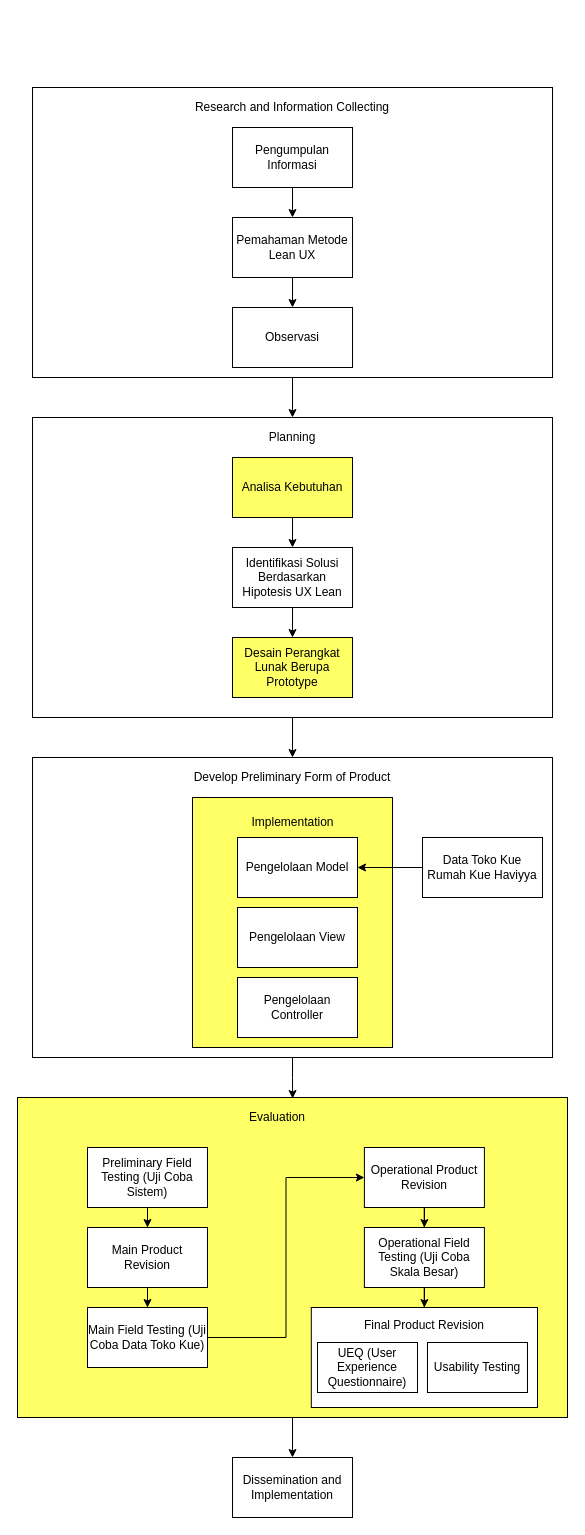
Above: desain penelitian.drawio in daffaMuttaqin/skripsi (draw.io), before the change. Source tidied: cells renumbered, new cells numbered last; positions are measured from the earlier drawing's top-left corner, leaving out a move shared by most shapes. Both pictures are drawn from the tidied source at 100%, with x=0, y=0 at pixel (17, 87).
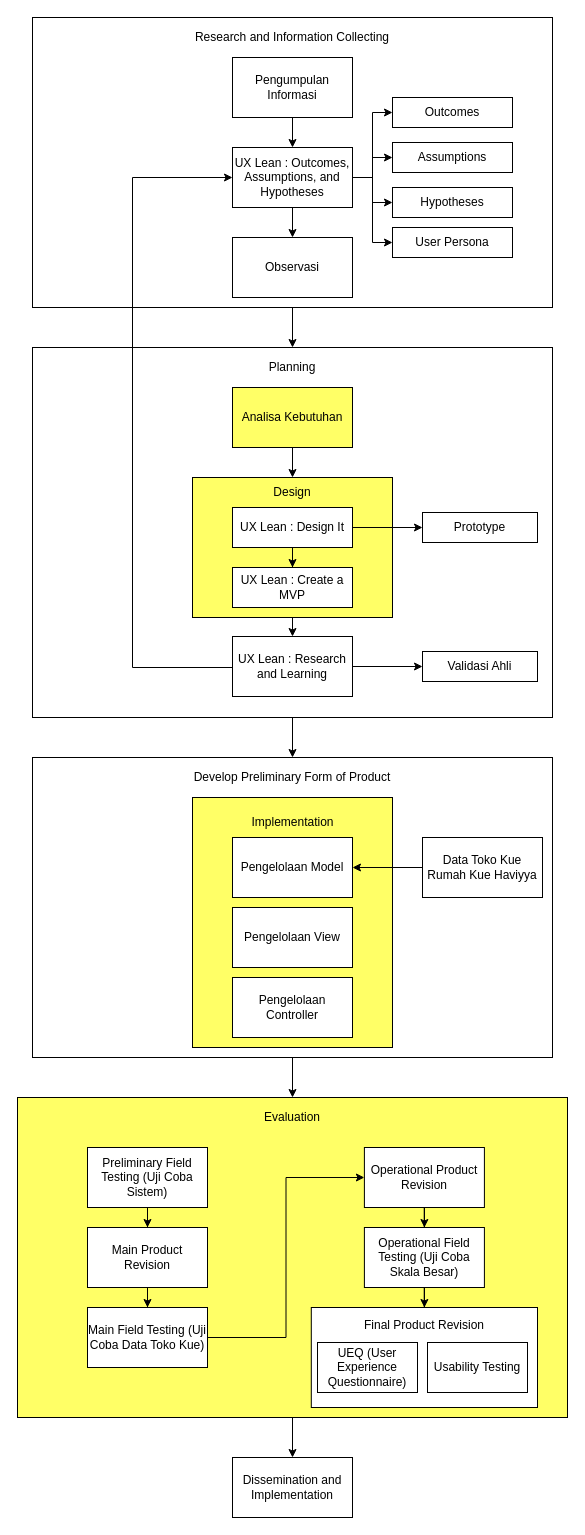
Above is the later version.

Commit message (it also covers changes not shown here):
Edit Desain Penelitian and Upload Tahapan UX

The change refers to these unchanged cells:
```xml
<mxCell id="14" style="rounded=0;whiteSpace=wrap;html=1;" parent="1" vertex="1">
  <mxGeometry x="15" y="670" width="520" height="300" as="geometry" />
</mxCell>
```

Change to the diagram source:
```diff
@@
     <mxCell id="3" style="rounded=0;whiteSpace=wrap;html=1;" parent="1" vertex="1">
-      <mxGeometry x="15" width="520" height="290" as="geometry" />
+      <mxGeometry x="15" y="-70" width="520" height="290" as="geometry" />
     </mxCell>
@@
     <mxCell id="5" value="Pengumpulan Informasi" style="rounded=0;whiteSpace=wrap;html=1;" parent="1" vertex="1">
-      <mxGeometry x="215" y="40" width="120" height="60" as="geometry" />
+      <mxGeometry x="215" y="-30" width="120" height="60" as="geometry" />
     </mxCell>
     <mxCell id="6" value="&lt;div style=&quot;&quot;&gt;&lt;span style=&quot;background-color: initial;&quot;&gt;Research and Information Collecting&lt;/span&gt;&lt;/div&gt;" style="text;html=1;align=center;verticalAlign=middle;whiteSpace=wrap;rounded=0;" parent="1" vertex="1">
-      <mxGeometry x="155" width="240" height="40" as="geometry" />
+      <mxGeometry x="155" y="-70" width="240" height="40" as="geometry" />
     </mxCell>
     <mxCell id="7" value="Observasi" style="rounded=0;whiteSpace=wrap;html=1;" parent="1" vertex="1">
-      <mxGeometry x="215" y="220" width="120" height="60" as="geometry" />
+      <mxGeometry x="215" y="150" width="120" height="60" as="geometry" />
     </mxCell>
@@
     <mxCell id="9" style="rounded=0;whiteSpace=wrap;html=1;" parent="1" vertex="1">
-      <mxGeometry x="15" y="330" width="520" height="300" as="geometry" />
+      <mxGeometry x="15" y="260" width="520" height="370" as="geometry" />
     </mxCell>
-    <mxCell id="10" style="edgeStyle=orthogonalEdgeStyle;rounded=0;jettySize=auto;html=1;" parent="1" edge="1" source="11" target="20">
-      <mxGeometry relative="1" as="geometry" />
-    </mxCell>
+    <mxCell id="46" style="edgeStyle=orthogonalEdgeStyle;rounded=0;jettySize=auto;html=1;entryX=0.5;entryY=0;entryDx=0;entryDy=0;" parent="1" edge="1" source="11" target="13">
+      <mxGeometry relative="1" as="geometry" />
+    </mxCell>
     <mxCell id="11" value="Analisa Kebutuhan" style="rounded=0;whiteSpace=wrap;html=1;labelBackgroundColor=none;fillColor=#FFFF66;" parent="1" vertex="1">
-      <mxGeometry x="215" y="370" width="120" height="60" as="geometry" />
+      <mxGeometry x="215" y="300" width="120" height="60" as="geometry" />
     </mxCell>
     <mxCell id="12" value="&lt;div style=&quot;&quot;&gt;&lt;span style=&quot;background-color: initial;&quot;&gt;Planning&lt;/span&gt;&lt;/div&gt;" style="text;html=1;align=center;verticalAlign=middle;whiteSpace=wrap;rounded=0;" parent="1" vertex="1">
-      <mxGeometry x="155" y="330" width="240" height="40" as="geometry" />
+      <mxGeometry x="155" y="260" width="240" height="40" as="geometry" />
     </mxCell>
+    <mxCell id="47" style="edgeStyle=orthogonalEdgeStyle;rounded=0;jettySize=auto;html=1;exitX=0.5;exitY=1;exitDx=0;exitDy=0;entryX=0.5;entryY=0;entryDx=0;entryDy=0;" parent="1" edge="1" source="13" target="63">
+      <mxGeometry relative="1" as="geometry" />
+    </mxCell>
-    <mxCell id="13" value="Desain Perangkat Lunak Berupa Prototype" style="rounded=0;whiteSpace=wrap;html=1;fillColor=#FFFF66;" parent="1" vertex="1">
-      <mxGeometry x="215" y="550" width="120" height="60" as="geometry" />
+    <mxCell id="13" style="rounded=0;whiteSpace=wrap;html=1;fillColor=#FFFF66;" parent="1" vertex="1">
+      <mxGeometry x="175" y="390" width="200" height="140" as="geometry" />
     </mxCell>
+    <mxCell id="45" style="edgeStyle=orthogonalEdgeStyle;rounded=0;jettySize=auto;html=1;entryX=0.5;entryY=0;entryDx=0;entryDy=0;" parent="1" edge="1" source="14" target="29">
+      <mxGeometry relative="1" as="geometry" />
+    </mxCell>
@@
+    <mxCell id="48" style="edgeStyle=orthogonalEdgeStyle;rounded=0;jettySize=auto;html=1;" parent="1" edge="1" source="18" target="53">
+      <mxGeometry relative="1" as="geometry" />
+    </mxCell>
+    <mxCell id="49" style="edgeStyle=orthogonalEdgeStyle;rounded=0;jettySize=auto;html=1;" parent="1" edge="1" source="18" target="54">
+      <mxGeometry relative="1" as="geometry" />
+    </mxCell>
+    <mxCell id="50" style="edgeStyle=orthogonalEdgeStyle;rounded=0;jettySize=auto;html=1;entryX=0;entryY=0.5;entryDx=0;entryDy=0;" parent="1" edge="1" source="18" target="52">
+      <mxGeometry relative="1" as="geometry" />
+    </mxCell>
+    <mxCell id="51" style="edgeStyle=orthogonalEdgeStyle;rounded=0;jettySize=auto;html=1;entryX=0;entryY=0.5;entryDx=0;entryDy=0;" parent="1" edge="1" source="18" target="55">
+      <mxGeometry relative="1" as="geometry" />
+    </mxCell>
-    <mxCell id="18" value="Pemahaman Metode Lean UX" style="rounded=0;whiteSpace=wrap;html=1;" parent="1" vertex="1">
-      <mxGeometry x="215" y="130" width="120" height="60" as="geometry" />
+    <mxCell id="18" value="UX Lean : Outcomes, Assumptions, and Hypotheses" style="rounded=0;whiteSpace=wrap;html=1;" parent="1" vertex="1">
+      <mxGeometry x="215" y="60" width="120" height="60" as="geometry" />
     </mxCell>
-    <mxCell id="19" style="edgeStyle=orthogonalEdgeStyle;rounded=0;jettySize=auto;html=1;" parent="1" edge="1" source="20" target="13">
-      <mxGeometry relative="1" as="geometry" />
-    </mxCell>
-    <mxCell id="20" value="Identifikasi Solusi Berdasarkan Hipotesis UX Lean" style="rounded=0;whiteSpace=wrap;html=1;" parent="1" vertex="1">
-      <mxGeometry x="215" y="460" width="120" height="60" as="geometry" />
-    </mxCell>
@@
     <mxCell id="22" value="Pengelolaan Model" style="rounded=0;whiteSpace=wrap;html=1;" parent="1" vertex="1">
-      <mxGeometry x="220" y="750" width="120" height="60" as="geometry" />
+      <mxGeometry x="215" y="750" width="120" height="60" as="geometry" />
     </mxCell>
     <mxCell id="23" value="Pengelolaan View" style="rounded=0;whiteSpace=wrap;html=1;" parent="1" vertex="1">
-      <mxGeometry x="220" y="820" width="120" height="60" as="geometry" />
+      <mxGeometry x="215" y="820" width="120" height="60" as="geometry" />
     </mxCell>
     <mxCell id="24" value="Pengelolaan Controller" style="rounded=0;whiteSpace=wrap;html=1;" parent="1" vertex="1">
-      <mxGeometry x="220" y="890" width="120" height="60" as="geometry" />
+      <mxGeometry x="215" y="890" width="120" height="60" as="geometry" />
     </mxCell>
@@
     <mxCell id="29" value="&lt;div style=&quot;&quot;&gt;Evaluation&lt;br&gt;&lt;/div&gt;" style="text;html=1;align=center;verticalAlign=middle;whiteSpace=wrap;rounded=0;" parent="1" vertex="1">
-      <mxGeometry x="140" y="1010" width="240" height="40" as="geometry" />
+      <mxGeometry x="155" y="1010" width="240" height="40" as="geometry" />
     </mxCell>
@@
-    <mxCell id="45" style="edgeStyle=orthogonalEdgeStyle;rounded=0;jettySize=auto;html=1;entryX=0.563;entryY=0.025;entryDx=0;entryDy=0;entryPerimeter=0;" parent="1" edge="1" source="14" target="29">
-      <mxGeometry relative="1" as="geometry" />
-    </mxCell>
+    <mxCell id="52" value="Outcomes" style="rounded=0;whiteSpace=wrap;html=1;" parent="1" vertex="1">
+      <mxGeometry x="375" y="10" width="120" height="30" as="geometry" />
+    </mxCell>
+    <mxCell id="53" value="Assumptions" style="rounded=0;whiteSpace=wrap;html=1;" parent="1" vertex="1">
+      <mxGeometry x="375" y="55" width="120" height="30" as="geometry" />
+    </mxCell>
+    <mxCell id="54" value="Hypotheses" style="rounded=0;whiteSpace=wrap;html=1;" parent="1" vertex="1">
+      <mxGeometry x="375" y="100" width="120" height="30" as="geometry" />
+    </mxCell>
+    <mxCell id="55" value="User Persona" style="rounded=0;whiteSpace=wrap;html=1;" parent="1" vertex="1">
+      <mxGeometry x="375" y="140" width="120" height="30" as="geometry" />
+    </mxCell>
+    <mxCell id="56" value="Design" style="text;html=1;align=center;verticalAlign=middle;whiteSpace=wrap;rounded=0;" parent="1" vertex="1">
+      <mxGeometry x="245" y="390" width="60" height="30" as="geometry" />
+    </mxCell>
+    <mxCell id="57" style="edgeStyle=orthogonalEdgeStyle;rounded=0;jettySize=auto;html=1;" parent="1" edge="1" source="59" target="60">
+      <mxGeometry relative="1" as="geometry" />
+    </mxCell>
+    <mxCell id="58" style="edgeStyle=orthogonalEdgeStyle;rounded=0;jettySize=auto;html=1;" parent="1" edge="1" source="59" target="65">
+      <mxGeometry relative="1" as="geometry" />
+    </mxCell>
+    <mxCell id="59" value="UX Lean : Design It" style="rounded=0;whiteSpace=wrap;html=1;" parent="1" vertex="1">
+      <mxGeometry x="215" y="420" width="120" height="40" as="geometry" />
+    </mxCell>
+    <mxCell id="60" value="UX Lean : Create a MVP" style="rounded=0;whiteSpace=wrap;html=1;" parent="1" vertex="1">
+      <mxGeometry x="215" y="480" width="120" height="40" as="geometry" />
+    </mxCell>
+    <mxCell id="61" style="edgeStyle=orthogonalEdgeStyle;rounded=0;jettySize=auto;html=1;entryX=0;entryY=0.5;entryDx=0;entryDy=0;" parent="1" edge="1" source="63" target="18">
+      <mxGeometry relative="1" as="geometry">
+        <Array as="points">
+          <mxPoint x="115" y="580" />
+          <mxPoint x="115" y="90" />
+        </Array>
+      </mxGeometry>
+    </mxCell>
+    <mxCell id="62" style="edgeStyle=orthogonalEdgeStyle;rounded=0;jettySize=auto;html=1;" parent="1" edge="1" source="63" target="64">
+      <mxGeometry relative="1" as="geometry" />
+    </mxCell>
+    <mxCell id="63" value="UX Lean : Research and Learning" style="rounded=0;whiteSpace=wrap;html=1;" parent="1" vertex="1">
+      <mxGeometry x="215" y="549" width="120" height="60" as="geometry" />
+    </mxCell>
+    <mxCell id="64" value="Validasi Ahli" style="rounded=0;whiteSpace=wrap;html=1;" parent="1" vertex="1">
+      <mxGeometry x="405" y="564" width="115" height="30" as="geometry" />
+    </mxCell>
+    <mxCell id="65" value="Prototype" style="rounded=0;whiteSpace=wrap;html=1;" parent="1" vertex="1">
+      <mxGeometry x="405" y="425" width="115" height="30" as="geometry" />
+    </mxCell>
```
